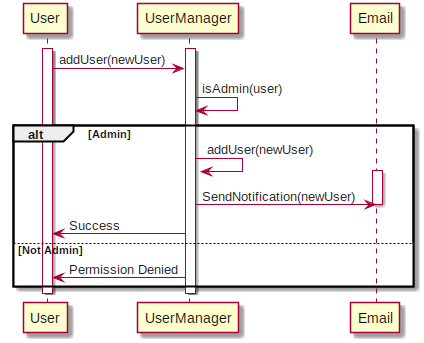
The PlantUML diagram doc/SSRS/images/SequenceDiagrams/ProjectMemberManagementAddUser.png in cs383-4/sQuire, before a commit.
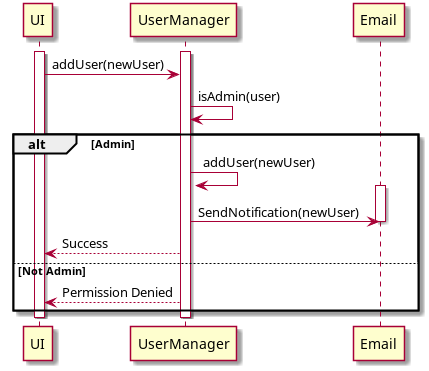
Later version of the same file.

Commit message:
Updated Project Member Management Sequence Diagrams

The edit, as a diff of the source:
```diff
@@ -1,7 +1,7 @@
 @startuml
-Activate User
+Activate UI
 Activate UserManager
-User -> UserManager: addUser(newUser)
+UI -> UserManager: addUser(newUser)
 UserManager -> UserManager: isAdmin(user)
 
 alt Admin
@@ -9,11 +9,11 @@
   Activate Email
   UserManager -> Email: SendNotification(newUser)
   Deactivate Email
-  UserManager -> User: Success
+  UserManager --> UI: Success
 else Not Admin
-  UserManager -> User: Permission Denied
+  UserManager --> UI: Permission Denied
 end
 
 Deactivate UserManager
-Deactivate User
+Deactivate UI
 @enduml
```
